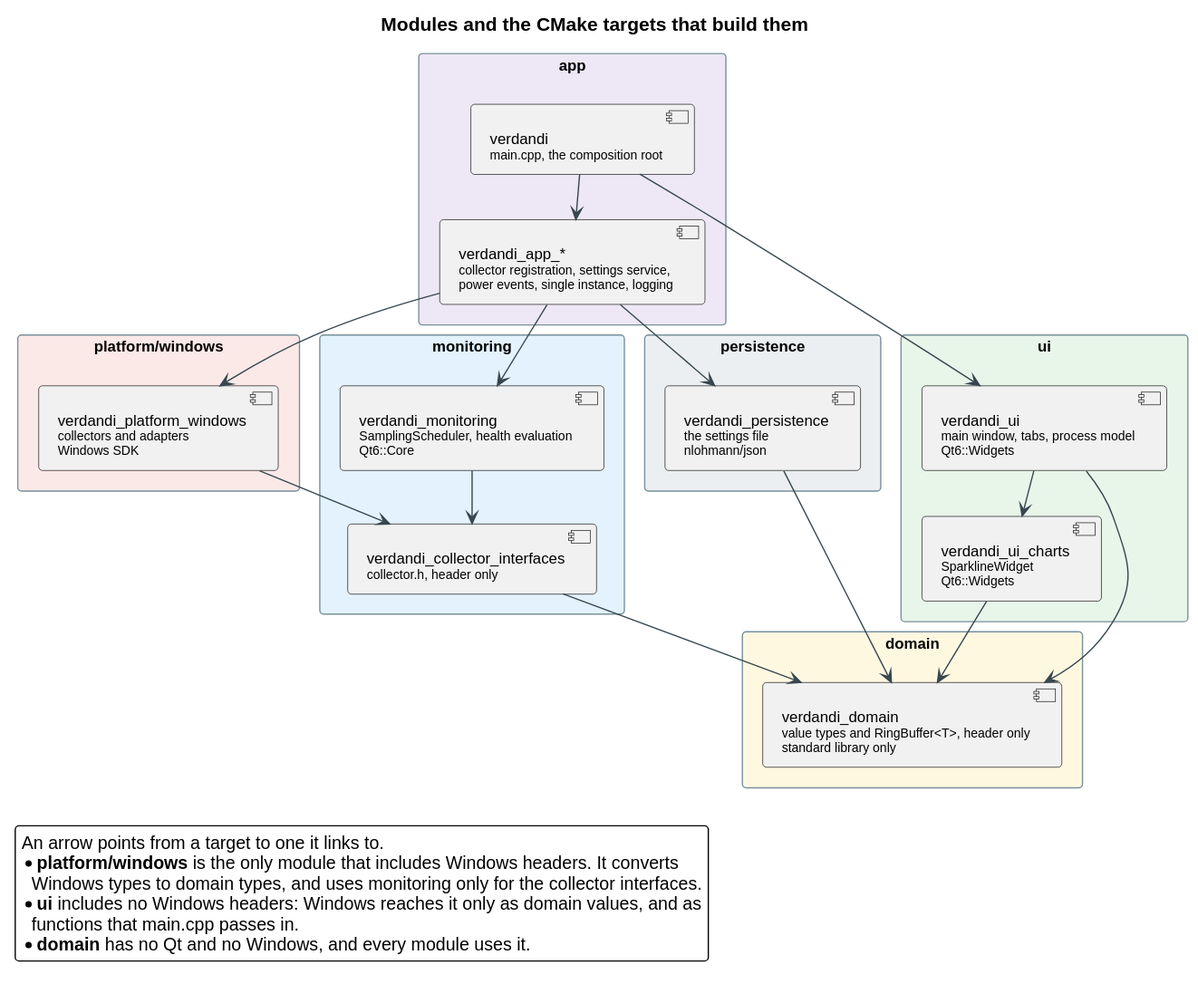
This is docs/diagrams/modules.svg from DunderGG/verdandi, a PlantUML export, as it was before one commit.
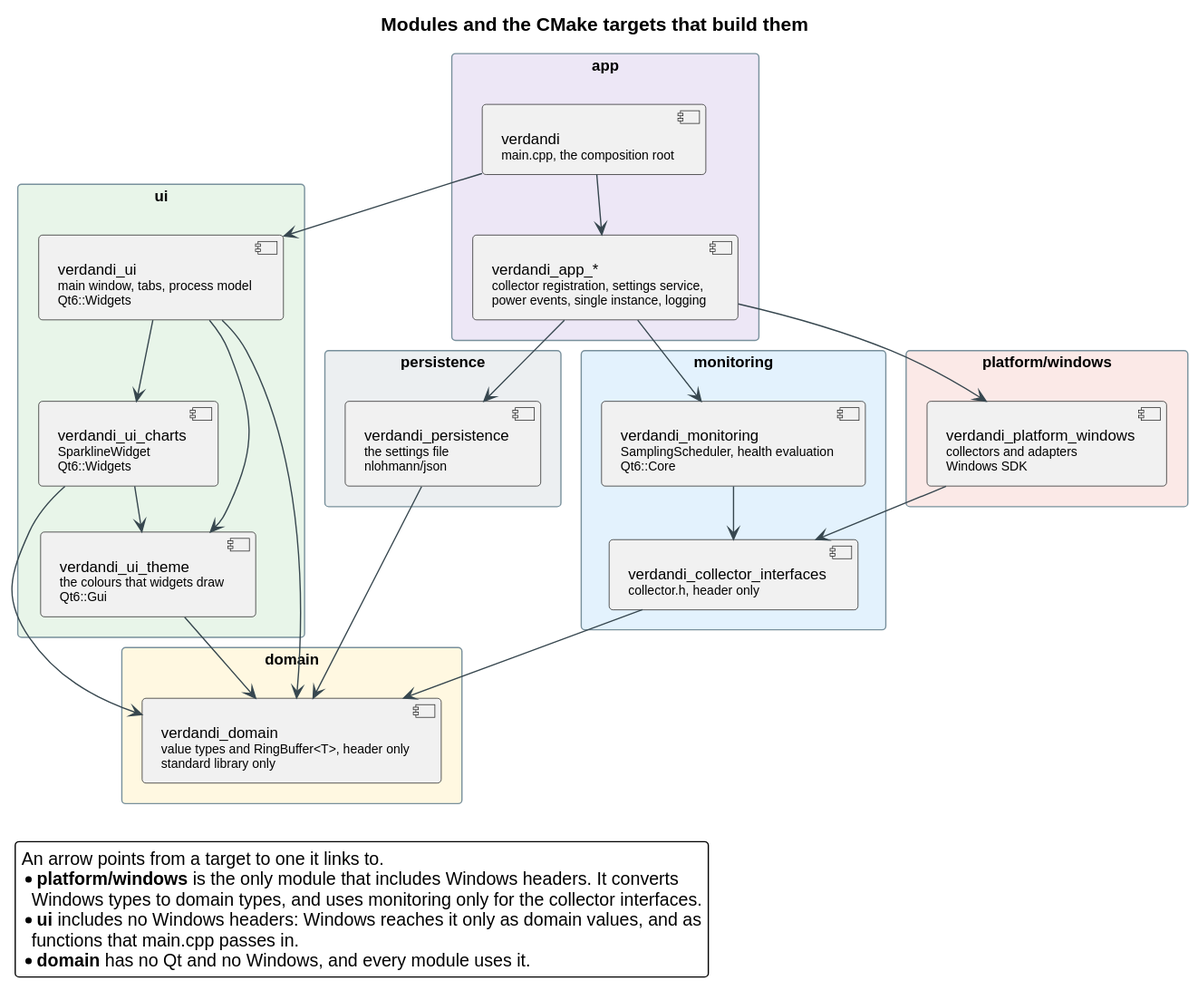
Above is the later version.

Change to the diagram source:
```diff
@@ -11,6 +11,7 @@
 package "ui" $UI_COLOR {
     component "verdandi_ui\n<size:10>main window, tabs, process model</size>\n<size:10>Qt6::Widgets</size>" as uiTarget
     component "verdandi_ui_charts\n<size:10>SparklineWidget</size>\n<size:10>Qt6::Widgets</size>" as chartsTarget
+    component "verdandi_ui_theme\n<size:10>the colours that widgets draw</size>\n<size:10>Qt6::Gui</size>" as themeTarget
 }
 
 package "persistence" $PERSISTENCE_COLOR {
@@ -36,8 +37,11 @@
 appLibraries --> monitoringTarget
 appLibraries --> platformTarget
 uiTarget --> chartsTarget
+uiTarget --> themeTarget
 uiTarget --> domainTarget
+chartsTarget --> themeTarget
 chartsTarget --> domainTarget
+themeTarget --> domainTarget
 persistenceTarget --> domainTarget
 monitoringTarget --> interfacesTarget
 platformTarget --> interfacesTarget
```
